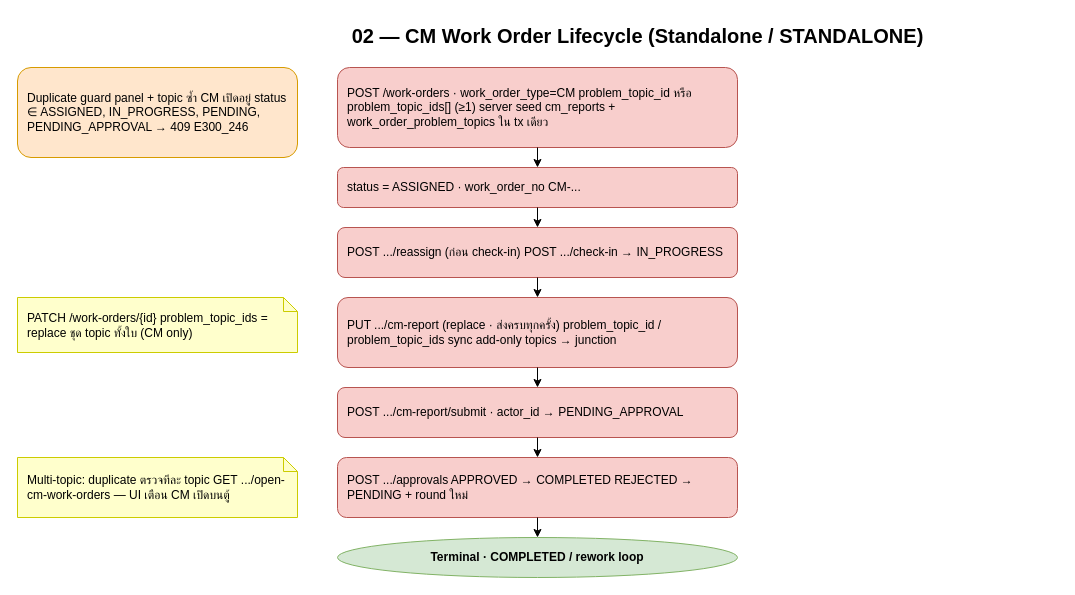
Before: page "02 — CM Work Order" (3 of 7) of doc/diagrams/rtu-pm-cm-workflows.drawio in jiraphorn-ccm/mwa-ops-rtu-api, a draw.io diagram. Source tidied: cells renumbered, new cells numbered last; positions are measured from the earlier drawing's top-left corner, leaving out a move shared by most shapes. Both pictures are drawn from the tidied source at 100%, with x=0, y=0 at pixel (17, 17).
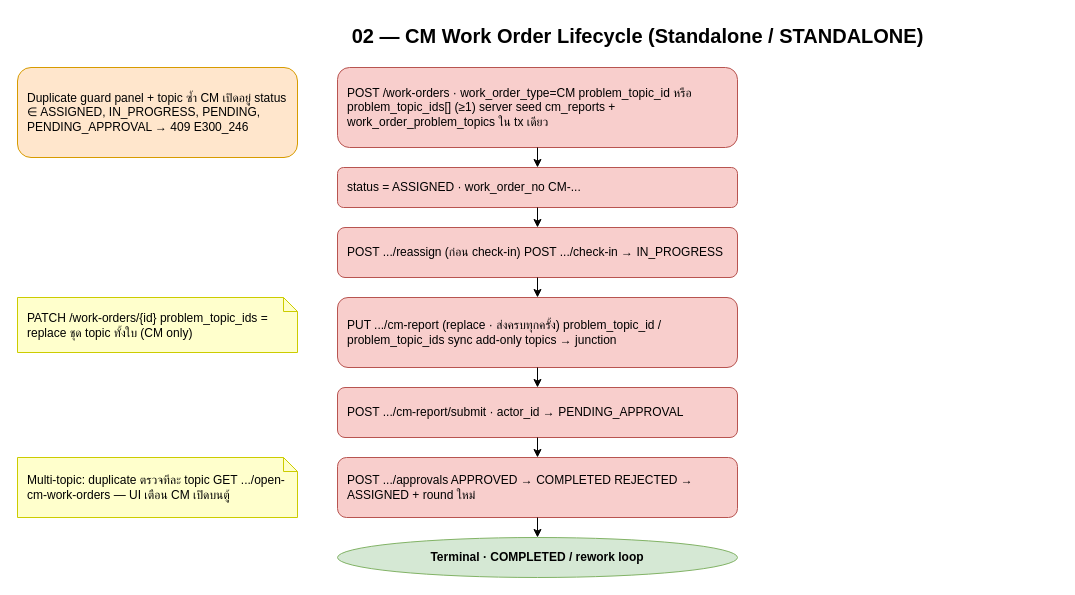
The same diagram, later.

Commit message (it also covers changes not shown here):
ใบงานเก่าที่เคย reject ไปแล้วและค้าง PENDING จะไม่ถูกย้ายอัตโนมัติ — ใบใหม่หลังไม่อนุมัติจะเป็นมอบหมายทันที

Change to the diagram source:
```diff
@@
 <mxGraphModel>
   <root>
     <mxCell id="0" />
     <mxCell id="1" parent="0" />
     <mxCell id="2" value="02 — CM Work Order Lifecycle (Standalone / STANDALONE)" style="text;html=1;strokeColor=none;fillColor=none;align=center;verticalAlign=middle;fontSize=20;fontStyle=1;" parent="1" vertex="1">
       <mxGeometry x="200" width="840" height="36" as="geometry" />
     </mxCell>
     <mxCell id="3" value="POST /work-orders · work_order_type=CM&amp;#xa;problem_topic_id หรือ problem_topic_ids[] (≥1)&amp;#xa;server seed cm_reports + work_order_problem_topics ใน tx เดียว" style="rounded=1;whiteSpace=wrap;html=1;fillColor=#F8CECC;strokeColor=#B85450;align=left;spacingLeft=8;" parent="1" vertex="1">
       <mxGeometry x="320" y="50" width="400" height="80" as="geometry" />
     </mxCell>
     <mxCell id="4" value="Duplicate guard&amp;#xa;panel + topic ซ้ำ CM เปิดอยู่&amp;#xa;status ∈ ASSIGNED, IN_PROGRESS, PENDING, PENDING_APPROVAL&amp;#xa;→ 409 E300_246" style="rounded=1;whiteSpace=wrap;html=1;fillColor=#FFE6CC;strokeColor=#D79B00;align=left;spacingLeft=8;" parent="1" vertex="1">
       <mxGeometry y="50" width="280" height="90" as="geometry" />
     </mxCell>
     <mxCell id="5" value="status = ASSIGNED · work_order_no CM-..." style="rounded=1;whiteSpace=wrap;html=1;fillColor=#F8CECC;strokeColor=#B85450;align=left;spacingLeft=8;" parent="1" vertex="1">
       <mxGeometry x="320" y="150" width="400" height="40" as="geometry" />
     </mxCell>
     <mxCell id="6" value="POST .../reassign (ก่อน check-in)&amp;#xa;POST .../check-in → IN_PROGRESS" style="rounded=1;whiteSpace=wrap;html=1;fillColor=#F8CECC;strokeColor=#B85450;align=left;spacingLeft=8;" parent="1" vertex="1">
       <mxGeometry x="320" y="210" width="400" height="50" as="geometry" />
     </mxCell>
     <mxCell id="7" value="PUT .../cm-report (replace · ส่งครบทุกครั้ง)&amp;#xa;problem_topic_id / problem_topic_ids&amp;#xa;sync add-only topics → junction" style="rounded=1;whiteSpace=wrap;html=1;fillColor=#F8CECC;strokeColor=#B85450;align=left;spacingLeft=8;" parent="1" vertex="1">
       <mxGeometry x="320" y="280" width="400" height="70" as="geometry" />
     </mxCell>
     <mxCell id="8" value="PATCH /work-orders/{id}&amp;#xa;problem_topic_ids = replace ชุด topic ทั้งใบ (CM only)" style="shape=note;whiteSpace=wrap;html=1;size=14;fillColor=#FFFFCC;strokeColor=#CCCC00;align=left;spacingLeft=8;" parent="1" vertex="1">
       <mxGeometry y="280" width="280" height="55" as="geometry" />
     </mxCell>
     <mxCell id="9" value="POST .../cm-report/submit · actor_id&amp;#xa;→ PENDING_APPROVAL" style="rounded=1;whiteSpace=wrap;html=1;fillColor=#F8CECC;strokeColor=#B85450;align=left;spacingLeft=8;" parent="1" vertex="1">
       <mxGeometry x="320" y="370" width="400" height="50" as="geometry" />
     </mxCell>
-    <mxCell id="10" value="POST .../approvals&amp;#xa;APPROVED → COMPLETED&amp;#xa;REJECTED → PENDING + round ใหม่" style="rounded=1;whiteSpace=wrap;html=1;fillColor=#F8CECC;strokeColor=#B85450;align=left;spacingLeft=8;" parent="1" vertex="1">
+    <mxCell id="10" value="POST .../approvals&amp;#xa;APPROVED → COMPLETED&amp;#xa;REJECTED → ASSIGNED + round ใหม่" style="rounded=1;whiteSpace=wrap;html=1;fillColor=#F8CECC;strokeColor=#B85450;align=left;spacingLeft=8;" parent="1" vertex="1">
       <mxGeometry x="320" y="440" width="400" height="60" as="geometry" />
     </mxCell>
     <mxCell id="11" value="Multi-topic: duplicate ตรวจทีละ topic&amp;#xa;GET .../open-cm-work-orders — UI เตือน CM เปิดบนตู้" style="shape=note;whiteSpace=wrap;html=1;size=14;fillColor=#FFFFCC;strokeColor=#CCCC00;align=left;spacingLeft=8;" parent="1" vertex="1">
       <mxGeometry y="440" width="280" height="60" as="geometry" />
     </mxCell>
     <mxCell id="12" value="Terminal · COMPLETED / rework loop" style="ellipse;whiteSpace=wrap;html=1;fillColor=#D5E8D4;strokeColor=#82B366;fontStyle=1;" parent="1" vertex="1">
       <mxGeometry x="320" y="520" width="400" height="40" as="geometry" />
     </mxCell>
     <mxCell id="13" style="edgeStyle=orthogonalEdgeStyle;rounded=0;html=1;" parent="1" edge="1" source="3" target="5">
       <mxGeometry relative="1" as="geometry" />
     </mxCell>
     <mxCell id="14" style="edgeStyle=orthogonalEdgeStyle;rounded=0;html=1;" parent="1" edge="1" source="5" target="6">
       <mxGeometry relative="1" as="geometry" />
     </mxCell>
     <mxCell id="15" style="edgeStyle=orthogonalEdgeStyle;rounded=0;html=1;" parent="1" edge="1" source="6" target="7">
       <mxGeometry relative="1" as="geometry" />
     </mxCell>
     <mxCell id="16" style="edgeStyle=orthogonalEdgeStyle;rounded=0;html=1;" parent="1" edge="1" source="7" target="9">
       <mxGeometry relative="1" as="geometry" />
     </mxCell>
     <mxCell id="17" style="edgeStyle=orthogonalEdgeStyle;rounded=0;html=1;" parent="1" edge="1" source="9" target="10">
       <mxGeometry relative="1" as="geometry" />
     </mxCell>
     <mxCell id="18" style="edgeStyle=orthogonalEdgeStyle;rounded=0;html=1;" parent="1" edge="1" source="10" target="12">
       <mxGeometry relative="1" as="geometry" />
     </mxCell>
   </root>
 </mxGraphModel>
```
